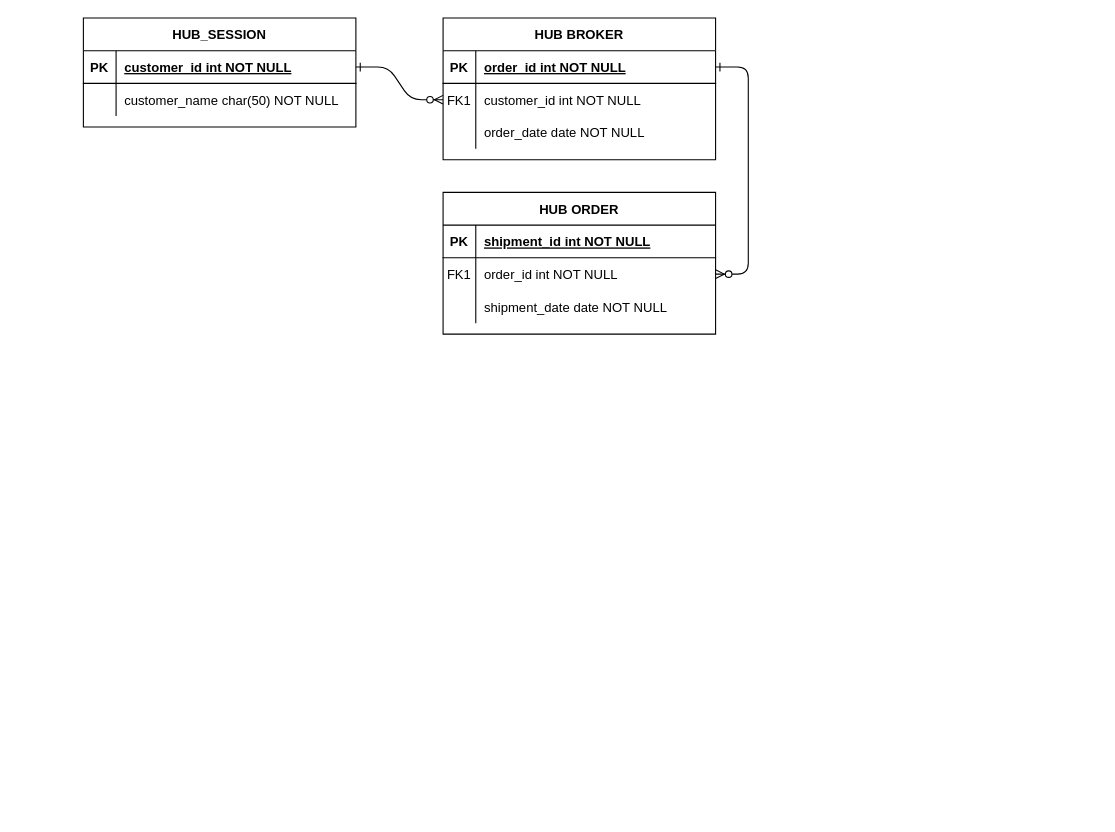
Before: docs/Untitled Diagram.drawio in cleancoder27/datavault, a draw.io diagram. Source tidied: cells renumbered, new cells numbered last; positions are measured from the earlier drawing's top-left corner, leaving out a move shared by most shapes. Both pictures are drawn from the tidied source at 109%, with x=0, y=0 at pixel (83, 17).
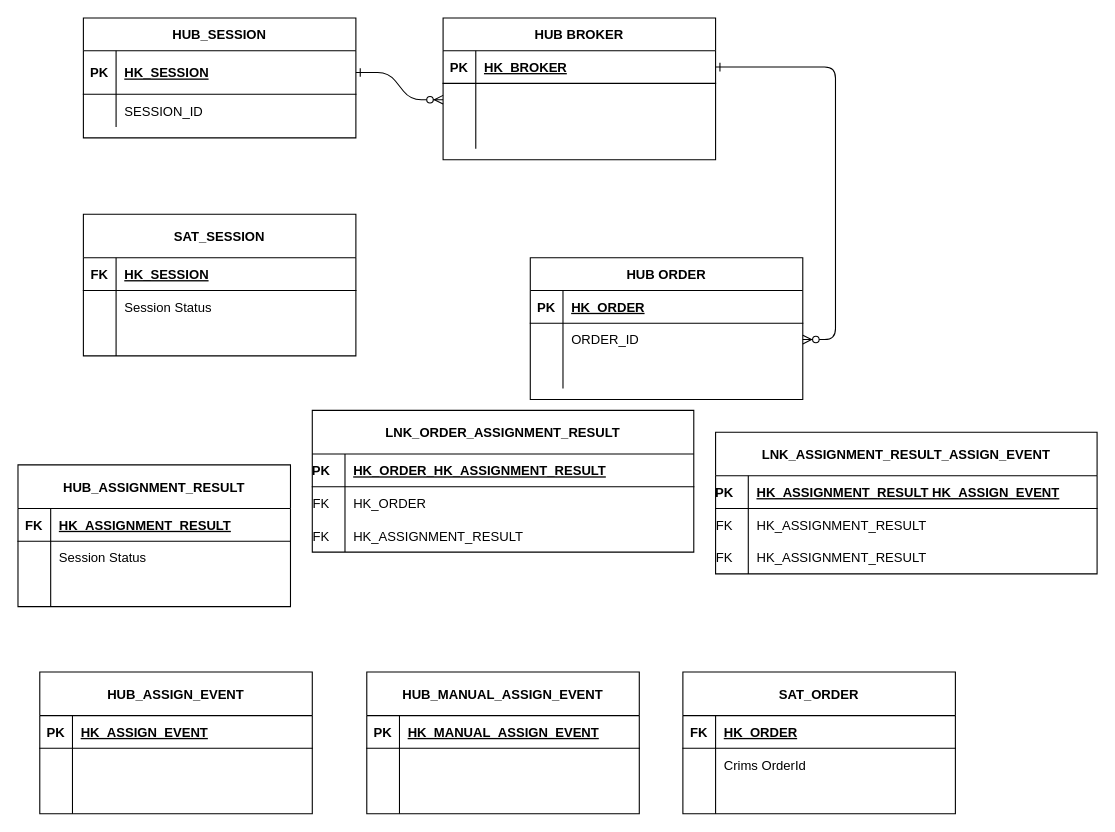
The same diagram, later.

The change refers to these unchanged cells:
```xml
<mxCell id="5" style="shape=partialRectangle;fillColor=none;points=[[0,0.5],[1,0.5]];portConstraint=eastwest;top=0;left=0;right=0;bottom=1;" parent="4" vertex="1">
  <mxGeometry y="30" width="250" height="30" as="geometry" />
</mxCell>
<mxCell id="8" style="shape=partialRectangle;fillColor=none;points=[[0,0.5],[1,0.5]];portConstraint=eastwest;top=0;left=0;right=0;bottom=0;" parent="4" vertex="1">
  <mxGeometry y="60" width="250" height="30" as="geometry" />
</mxCell>
<mxCell id="11" style="shape=partialRectangle;fillColor=none;top=0;left=0;right=0;bottom=0;" parent="4" vertex="1">
  <mxGeometry y="90" width="250" height="30" as="geometry" />
</mxCell>
<mxCell id="15" style="shape=partialRectangle;fillColor=none;top=0;left=0;right=0;bottom=1;" parent="14" vertex="1">
  <mxGeometry y="30" width="250" height="30" as="geometry" />
</mxCell>
<mxCell id="18" style="shape=partialRectangle;fillColor=none;points=[[0,0.5],[1,0.5]];portConstraint=eastwest;top=0;left=0;right=0;bottom=0;" parent="14" vertex="1">
  <mxGeometry y="60" width="250" height="30" as="geometry" />
</mxCell>
<mxCell id="21" style="shape=partialRectangle;fillColor=none;top=0;left=0;right=0;bottom=0;" parent="14" vertex="1">
  <mxGeometry y="90" width="250" height="30" as="geometry" />
</mxCell>
```

Diff of the diagram source:
```diff
@@
-    <mxCell id="7" value="order_id int NOT NULL " style="shape=partialRectangle;overflow=hidden;fillColor=none;top=0;left=0;bottom=0;right=0;align=left;spacingLeft=6;fontStyle=5;" parent="5" vertex="1">
+    <mxCell id="7" value="HK_BROKER" style="shape=partialRectangle;overflow=hidden;fillColor=none;top=0;left=0;bottom=0;right=0;align=left;spacingLeft=6;fontStyle=5;" parent="5" vertex="1">
       <mxGeometry x="30" width="220" height="30" as="geometry" />
     </mxCell>
@@
-    <mxCell id="9" value="FK1" style="shape=partialRectangle;overflow=hidden;fillColor=none;top=0;left=0;bottom=0;right=0;" parent="8" vertex="1">
+    <mxCell id="9" style="shape=partialRectangle;overflow=hidden;fillColor=none;top=0;left=0;bottom=0;right=0;" parent="8" vertex="1">
       <mxGeometry width="30" height="30" as="geometry" />
     </mxCell>
-    <mxCell id="10" value="customer_id int NOT NULL" style="shape=partialRectangle;overflow=hidden;fillColor=none;top=0;left=0;bottom=0;right=0;align=left;spacingLeft=6;" parent="8" vertex="1">
+    <mxCell id="10" style="shape=partialRectangle;overflow=hidden;fillColor=none;top=0;left=0;bottom=0;right=0;align=left;spacingLeft=6;" parent="8" vertex="1">
       <mxGeometry x="30" width="220" height="30" as="geometry" />
     </mxCell>
@@
-    <mxCell id="13" value="order_date date NOT NULL" style="shape=partialRectangle;overflow=hidden;fillColor=none;top=0;left=0;bottom=0;right=0;align=left;spacingLeft=6;" parent="11" vertex="1">
+    <mxCell id="13" style="shape=partialRectangle;overflow=hidden;fillColor=none;top=0;left=0;bottom=0;right=0;align=left;spacingLeft=6;" parent="11" vertex="1">
       <mxGeometry x="30" width="220" height="30" as="geometry" />
     </mxCell>
     <mxCell id="14" value="HUB ORDER" style="shape=table;startSize=30;childLayout=tableLayout;rowLines=0;fontStyle=1;align=center;" parent="1" vertex="1">
-      <mxGeometry x="330" y="160" width="250" height="130" as="geometry" />
+      <mxGeometry x="410" y="220" width="250" height="130" as="geometry" />
     </mxCell>
@@
-    <mxCell id="17" value="shipment_id int NOT NULL " style="shape=partialRectangle;overflow=hidden;fillColor=none;top=0;left=0;bottom=0;right=0;align=left;spacingLeft=6;fontStyle=5;" parent="15" vertex="1">
+    <mxCell id="17" value="HK_ORDER" style="shape=partialRectangle;overflow=hidden;fillColor=none;top=0;left=0;bottom=0;right=0;align=left;spacingLeft=6;fontStyle=5;" parent="15" vertex="1">
       <mxGeometry x="30" width="220" height="30" as="geometry" />
     </mxCell>
@@
-    <mxCell id="19" value="FK1" style="shape=partialRectangle;overflow=hidden;fillColor=none;top=0;left=0;bottom=0;right=0;" parent="18" vertex="1">
+    <mxCell id="19" style="shape=partialRectangle;overflow=hidden;fillColor=none;top=0;left=0;bottom=0;right=0;" parent="18" vertex="1">
       <mxGeometry width="30" height="30" as="geometry" />
     </mxCell>
-    <mxCell id="20" value="order_id int NOT NULL" style="shape=partialRectangle;overflow=hidden;fillColor=none;top=0;left=0;bottom=0;right=0;align=left;spacingLeft=6;" parent="18" vertex="1">
+    <mxCell id="20" value="ORDER_ID" style="shape=partialRectangle;overflow=hidden;fillColor=none;top=0;left=0;bottom=0;right=0;align=left;spacingLeft=6;" parent="18" vertex="1">
       <mxGeometry x="30" width="220" height="30" as="geometry" />
     </mxCell>
@@
-    <mxCell id="23" value="shipment_date date NOT NULL" style="shape=partialRectangle;overflow=hidden;fillColor=none;top=0;left=0;bottom=0;right=0;align=left;spacingLeft=6;" parent="21" vertex="1">
+    <mxCell id="23" style="shape=partialRectangle;overflow=hidden;fillColor=none;top=0;left=0;bottom=0;right=0;align=left;spacingLeft=6;" parent="21" vertex="1">
       <mxGeometry x="30" width="220" height="30" as="geometry" />
     </mxCell>
     <mxCell id="24" value="HUB_SESSION" style="shape=table;startSize=30;childLayout=tableLayout;rowLines=0;fontStyle=1;align=center;" parent="1" vertex="1">
-      <mxGeometry width="250" height="100" as="geometry" />
+      <mxGeometry width="250" height="110" as="geometry" />
     </mxCell>
     <mxCell id="25" style="shape=partialRectangle;fillColor=none;points=[[0,0.5],[1,0.5]];portConstraint=eastwest;top=0;left=0;right=0;bottom=1;" parent="24" vertex="1">
-      <mxGeometry y="30" width="250" height="30" as="geometry" />
+      <mxGeometry y="30" width="250" height="40" as="geometry" />
     </mxCell>
     <mxCell id="26" value="PK" style="shape=partialRectangle;overflow=hidden;fillColor=none;top=0;left=0;bottom=0;right=0;fontStyle=1;" parent="25" vertex="1">
-      <mxGeometry width="30" height="30" as="geometry" />
+      <mxGeometry width="30" height="40" as="geometry" />
     </mxCell>
-    <mxCell id="27" value="customer_id int NOT NULL " style="shape=partialRectangle;overflow=hidden;fillColor=none;top=0;left=0;bottom=0;right=0;align=left;spacingLeft=6;fontStyle=5;" parent="25" vertex="1">
-      <mxGeometry x="30" width="220" height="30" as="geometry" />
+    <mxCell id="27" value="HK_SESSION" style="shape=partialRectangle;overflow=hidden;fillColor=none;top=0;left=0;bottom=0;right=0;align=left;spacingLeft=6;fontStyle=5;" parent="25" vertex="1">
+      <mxGeometry x="30" width="220" height="40" as="geometry" />
     </mxCell>
     <mxCell id="28" style="shape=partialRectangle;fillColor=none;top=0;left=0;right=0;bottom=0;" parent="24" vertex="1">
-      <mxGeometry y="60" width="250" height="30" as="geometry" />
+      <mxGeometry y="70" width="250" height="30" as="geometry" />
     </mxCell>
@@
-    <mxCell id="30" value="customer_name char(50) NOT NULL" style="shape=partialRectangle;overflow=hidden;fillColor=none;top=0;left=0;bottom=0;right=0;align=left;spacingLeft=6;" parent="28" vertex="1">
+    <mxCell id="30" value="SESSION_ID" style="shape=partialRectangle;overflow=hidden;fillColor=none;top=0;left=0;bottom=0;right=0;align=left;spacingLeft=6;" parent="28" vertex="1">
       <mxGeometry x="30" width="220" height="30" as="geometry" />
     </mxCell>
+    <mxCell id="31" value="SAT_SESSION" style="shape=table;startSize=40;childLayout=tableLayout;rowLines=0;fontStyle=1;align=center;" parent="1" vertex="1">
+      <mxGeometry y="180" width="250" height="130" as="geometry" />
+    </mxCell>
+    <mxCell id="32" style="shape=partialRectangle;fillColor=none;top=0;left=0;right=0;bottom=1;" parent="31" vertex="1">
+      <mxGeometry y="40" width="250" height="30" as="geometry" />
+    </mxCell>
+    <mxCell id="33" value="FK" style="shape=partialRectangle;overflow=hidden;fillColor=none;top=0;left=0;bottom=0;right=0;fontStyle=1;" parent="32" vertex="1">
+      <mxGeometry width="30" height="30" as="geometry" />
+    </mxCell>
+    <mxCell id="34" value="HK_SESSION" style="shape=partialRectangle;overflow=hidden;fillColor=none;top=0;left=0;bottom=0;right=0;align=left;spacingLeft=6;fontStyle=5;" parent="32" vertex="1">
+      <mxGeometry x="30" width="220" height="30" as="geometry" />
+    </mxCell>
+    <mxCell id="35" style="shape=partialRectangle;fillColor=none;top=0;left=0;right=0;bottom=0;" parent="31" vertex="1">
+      <mxGeometry y="70" width="250" height="30" as="geometry" />
+    </mxCell>
+    <mxCell id="36" style="shape=partialRectangle;overflow=hidden;fillColor=none;top=0;left=0;bottom=0;right=0;" parent="35" vertex="1">
+      <mxGeometry width="30" height="30" as="geometry" />
+    </mxCell>
+    <mxCell id="37" value="Session Status" style="shape=partialRectangle;overflow=hidden;fillColor=none;top=0;left=0;bottom=0;right=0;align=left;spacingLeft=6;" parent="35" vertex="1">
+      <mxGeometry x="30" width="220" height="30" as="geometry" />
+    </mxCell>
+    <mxCell id="38" style="shape=partialRectangle;fillColor=none;top=0;left=0;right=0;bottom=0;" parent="31" vertex="1">
+      <mxGeometry y="100" width="250" height="30" as="geometry" />
+    </mxCell>
+    <mxCell id="39" style="shape=partialRectangle;overflow=hidden;fillColor=none;top=0;left=0;bottom=0;right=0;" parent="38" vertex="1">
+      <mxGeometry width="30" height="30" as="geometry" />
+    </mxCell>
+    <mxCell id="40" style="shape=partialRectangle;overflow=hidden;fillColor=none;top=0;left=0;bottom=0;right=0;align=left;spacingLeft=6;" parent="38" vertex="1">
+      <mxGeometry x="30" width="220" height="30" as="geometry" />
+    </mxCell>
+    <mxCell id="41" value="SAT_ORDER" style="shape=table;startSize=40;childLayout=tableLayout;rowLines=0;fontStyle=1;align=center;" parent="1" vertex="1">
+      <mxGeometry x="550" y="600" width="250" height="130" as="geometry" />
+    </mxCell>
+    <mxCell id="42" style="shape=partialRectangle;fillColor=none;top=0;left=0;right=0;bottom=1;" parent="41" vertex="1">
+      <mxGeometry y="40" width="250" height="30" as="geometry" />
+    </mxCell>
+    <mxCell id="43" value="FK" style="shape=partialRectangle;overflow=hidden;fillColor=none;top=0;left=0;bottom=0;right=0;fontStyle=1;" parent="42" vertex="1">
+      <mxGeometry width="30" height="30" as="geometry" />
+    </mxCell>
+    <mxCell id="44" value="HK_ORDER" style="shape=partialRectangle;overflow=hidden;fillColor=none;top=0;left=0;bottom=0;right=0;align=left;spacingLeft=6;fontStyle=5;" parent="42" vertex="1">
+      <mxGeometry x="30" width="220" height="30" as="geometry" />
+    </mxCell>
+    <mxCell id="45" style="shape=partialRectangle;fillColor=none;top=0;left=0;right=0;bottom=0;" parent="41" vertex="1">
+      <mxGeometry y="70" width="250" height="30" as="geometry" />
+    </mxCell>
+    <mxCell id="46" style="shape=partialRectangle;overflow=hidden;fillColor=none;top=0;left=0;bottom=0;right=0;" parent="45" vertex="1">
+      <mxGeometry width="30" height="30" as="geometry" />
+    </mxCell>
+    <mxCell id="47" value="Crims OrderId" style="shape=partialRectangle;overflow=hidden;fillColor=none;top=0;left=0;bottom=0;right=0;align=left;spacingLeft=6;" parent="45" vertex="1">
+      <mxGeometry x="30" width="220" height="30" as="geometry" />
+    </mxCell>
+    <mxCell id="48" style="shape=partialRectangle;fillColor=none;top=0;left=0;right=0;bottom=0;" parent="41" vertex="1">
+      <mxGeometry y="100" width="250" height="30" as="geometry" />
+    </mxCell>
+    <mxCell id="49" style="shape=partialRectangle;overflow=hidden;fillColor=none;top=0;left=0;bottom=0;right=0;" parent="48" vertex="1">
+      <mxGeometry width="30" height="30" as="geometry" />
+    </mxCell>
+    <mxCell id="50" style="shape=partialRectangle;overflow=hidden;fillColor=none;top=0;left=0;bottom=0;right=0;align=left;spacingLeft=6;" parent="48" vertex="1">
+      <mxGeometry x="30" width="220" height="30" as="geometry" />
+    </mxCell>
+    <mxCell id="51" value="HUB_ASSIGNMENT_RESULT" style="shape=table;startSize=40;childLayout=tableLayout;rowLines=0;fontStyle=1;align=center;" parent="1" vertex="1">
+      <mxGeometry x="-60" y="410" width="250" height="130" as="geometry" />
+    </mxCell>
+    <mxCell id="52" style="shape=partialRectangle;fillColor=none;top=0;left=0;right=0;bottom=1;" parent="51" vertex="1">
+      <mxGeometry y="40" width="250" height="30" as="geometry" />
+    </mxCell>
+    <mxCell id="53" value="FK" style="shape=partialRectangle;overflow=hidden;fillColor=none;top=0;left=0;bottom=0;right=0;fontStyle=1;" parent="52" vertex="1">
+      <mxGeometry width="30" height="30" as="geometry" />
+    </mxCell>
+    <mxCell id="54" value="HK_ASSIGNMENT_RESULT" style="shape=partialRectangle;overflow=hidden;fillColor=none;top=0;left=0;bottom=0;right=0;align=left;spacingLeft=6;fontStyle=5;" parent="52" vertex="1">
+      <mxGeometry x="30" width="220" height="30" as="geometry" />
+    </mxCell>
+    <mxCell id="55" style="shape=partialRectangle;fillColor=none;top=0;left=0;right=0;bottom=0;" parent="51" vertex="1">
+      <mxGeometry y="70" width="250" height="30" as="geometry" />
+    </mxCell>
+    <mxCell id="56" style="shape=partialRectangle;overflow=hidden;fillColor=none;top=0;left=0;bottom=0;right=0;" parent="55" vertex="1">
+      <mxGeometry width="30" height="30" as="geometry" />
+    </mxCell>
+    <mxCell id="57" value="Session Status" style="shape=partialRectangle;overflow=hidden;fillColor=none;top=0;left=0;bottom=0;right=0;align=left;spacingLeft=6;" parent="55" vertex="1">
+      <mxGeometry x="30" width="220" height="30" as="geometry" />
+    </mxCell>
+    <mxCell id="58" style="shape=partialRectangle;fillColor=none;top=0;left=0;right=0;bottom=0;" parent="51" vertex="1">
+      <mxGeometry y="100" width="250" height="30" as="geometry" />
+    </mxCell>
+    <mxCell id="59" style="shape=partialRectangle;overflow=hidden;fillColor=none;top=0;left=0;bottom=0;right=0;" parent="58" vertex="1">
+      <mxGeometry width="30" height="30" as="geometry" />
+    </mxCell>
+    <mxCell id="60" style="shape=partialRectangle;overflow=hidden;fillColor=none;top=0;left=0;bottom=0;right=0;align=left;spacingLeft=6;" parent="58" vertex="1">
+      <mxGeometry x="30" width="220" height="30" as="geometry" />
+    </mxCell>
+    <mxCell id="61" value="HUB_ASSIGN_EVENT" style="shape=table;startSize=40;childLayout=tableLayout;rowLines=0;fontStyle=1;align=center;" parent="1" vertex="1">
+      <mxGeometry x="-40" y="600" width="250" height="130" as="geometry" />
+    </mxCell>
+    <mxCell id="62" style="shape=partialRectangle;fillColor=none;top=0;left=0;right=0;bottom=1;" parent="61" vertex="1">
+      <mxGeometry y="40" width="250" height="30" as="geometry" />
+    </mxCell>
+    <mxCell id="63" value="PK" style="shape=partialRectangle;overflow=hidden;fillColor=none;top=0;left=0;bottom=0;right=0;fontStyle=1;" parent="62" vertex="1">
+      <mxGeometry width="30" height="30" as="geometry" />
+    </mxCell>
+    <mxCell id="64" value="HK_ASSIGN_EVENT" style="shape=partialRectangle;overflow=hidden;fillColor=none;top=0;left=0;bottom=0;right=0;align=left;spacingLeft=6;fontStyle=5;" parent="62" vertex="1">
+      <mxGeometry x="30" width="220" height="30" as="geometry" />
+    </mxCell>
+    <mxCell id="65" style="shape=partialRectangle;fillColor=none;top=0;left=0;right=0;bottom=0;" parent="61" vertex="1">
+      <mxGeometry y="70" width="250" height="30" as="geometry" />
+    </mxCell>
+    <mxCell id="66" style="shape=partialRectangle;overflow=hidden;fillColor=none;top=0;left=0;bottom=0;right=0;" parent="65" vertex="1">
+      <mxGeometry width="30" height="30" as="geometry" />
+    </mxCell>
+    <mxCell id="67" style="shape=partialRectangle;overflow=hidden;fillColor=none;top=0;left=0;bottom=0;right=0;align=left;spacingLeft=6;" parent="65" vertex="1">
+      <mxGeometry x="30" width="220" height="30" as="geometry" />
+    </mxCell>
+    <mxCell id="68" style="shape=partialRectangle;fillColor=none;top=0;left=0;right=0;bottom=0;" parent="61" vertex="1">
+      <mxGeometry y="100" width="250" height="30" as="geometry" />
+    </mxCell>
+    <mxCell id="69" style="shape=partialRectangle;overflow=hidden;fillColor=none;top=0;left=0;bottom=0;right=0;" parent="68" vertex="1">
+      <mxGeometry width="30" height="30" as="geometry" />
+    </mxCell>
+    <mxCell id="70" style="shape=partialRectangle;overflow=hidden;fillColor=none;top=0;left=0;bottom=0;right=0;align=left;spacingLeft=6;" parent="68" vertex="1">
+      <mxGeometry x="30" width="220" height="30" as="geometry" />
+    </mxCell>
+    <mxCell id="71" value="HUB_MANUAL_ASSIGN_EVENT" style="shape=table;startSize=40;childLayout=tableLayout;rowLines=0;fontStyle=1;align=center;" parent="1" vertex="1">
+      <mxGeometry x="260" y="600" width="250" height="130" as="geometry" />
+    </mxCell>
+    <mxCell id="72" style="shape=partialRectangle;fillColor=none;top=0;left=0;right=0;bottom=1;" parent="71" vertex="1">
+      <mxGeometry y="40" width="250" height="30" as="geometry" />
+    </mxCell>
+    <mxCell id="73" value="PK" style="shape=partialRectangle;overflow=hidden;fillColor=none;top=0;left=0;bottom=0;right=0;fontStyle=1;" parent="72" vertex="1">
+      <mxGeometry width="30" height="30" as="geometry" />
+    </mxCell>
+    <mxCell id="74" value="HK_MANUAL_ASSIGN_EVENT" style="shape=partialRectangle;overflow=hidden;fillColor=none;top=0;left=0;bottom=0;right=0;align=left;spacingLeft=6;fontStyle=5;" parent="72" vertex="1">
+      <mxGeometry x="30" width="220" height="30" as="geometry" />
+    </mxCell>
+    <mxCell id="75" style="shape=partialRectangle;fillColor=none;top=0;left=0;right=0;bottom=0;" parent="71" vertex="1">
+      <mxGeometry y="70" width="250" height="30" as="geometry" />
+    </mxCell>
+    <mxCell id="76" style="shape=partialRectangle;overflow=hidden;fillColor=none;top=0;left=0;bottom=0;right=0;" parent="75" vertex="1">
+      <mxGeometry width="30" height="30" as="geometry" />
+    </mxCell>
+    <mxCell id="77" style="shape=partialRectangle;overflow=hidden;fillColor=none;top=0;left=0;bottom=0;right=0;align=left;spacingLeft=6;" parent="75" vertex="1">
+      <mxGeometry x="30" width="220" height="30" as="geometry" />
+    </mxCell>
+    <mxCell id="78" style="shape=partialRectangle;fillColor=none;top=0;left=0;right=0;bottom=0;" parent="71" vertex="1">
+      <mxGeometry y="100" width="250" height="30" as="geometry" />
+    </mxCell>
+    <mxCell id="79" style="shape=partialRectangle;overflow=hidden;fillColor=none;top=0;left=0;bottom=0;right=0;" parent="78" vertex="1">
+      <mxGeometry width="30" height="30" as="geometry" />
+    </mxCell>
+    <mxCell id="80" style="shape=partialRectangle;overflow=hidden;fillColor=none;top=0;left=0;bottom=0;right=0;align=left;spacingLeft=6;" parent="78" vertex="1">
+      <mxGeometry x="30" width="220" height="30" as="geometry" />
+    </mxCell>
+    <mxCell id="81" value="LNK_ORDER_ASSIGNMENT_RESULT" style="shape=table;startSize=40;childLayout=tableLayout;rowLines=0;fontStyle=1;align=center;" parent="1" vertex="1">
+      <mxGeometry x="210" y="360" width="350" height="130" as="geometry" />
+    </mxCell>
+    <mxCell id="82" style="shape=partialRectangle;fillColor=none;top=0;left=0;right=0;bottom=1;" parent="81" vertex="1">
+      <mxGeometry y="40" width="350" height="30" as="geometry" />
+    </mxCell>
+    <mxCell id="83" value="PK    " style="shape=partialRectangle;overflow=hidden;fillColor=none;top=0;left=0;bottom=0;right=0;fontStyle=1;" parent="82" vertex="1">
+      <mxGeometry width="30" height="30" as="geometry" />
+    </mxCell>
+    <mxCell id="84" value="HK_ORDER_HK_ASSIGNMENT_RESULT" style="shape=partialRectangle;overflow=hidden;fillColor=none;top=0;left=0;bottom=0;right=0;align=left;spacingLeft=6;fontStyle=5;" parent="82" vertex="1">
+      <mxGeometry x="30" width="320" height="30" as="geometry" />
+    </mxCell>
+    <mxCell id="85" style="shape=partialRectangle;fillColor=none;top=0;left=0;right=0;bottom=0;" parent="81" vertex="1">
+      <mxGeometry y="70" width="350" height="30" as="geometry" />
+    </mxCell>
+    <mxCell id="86" value="FK    " style="shape=partialRectangle;overflow=hidden;fillColor=none;top=0;left=0;bottom=0;right=0;" parent="85" vertex="1">
+      <mxGeometry width="30" height="30" as="geometry" />
+    </mxCell>
+    <mxCell id="87" value="HK_ORDER" style="shape=partialRectangle;overflow=hidden;fillColor=none;top=0;left=0;bottom=0;right=0;align=left;spacingLeft=6;" parent="85" vertex="1">
+      <mxGeometry x="30" width="320" height="30" as="geometry" />
+    </mxCell>
+    <mxCell id="88" style="shape=partialRectangle;fillColor=none;top=0;left=0;right=0;bottom=0;" parent="81" vertex="1">
+      <mxGeometry y="100" width="350" height="30" as="geometry" />
+    </mxCell>
+    <mxCell id="89" value="FK    " style="shape=partialRectangle;overflow=hidden;fillColor=none;top=0;left=0;bottom=0;right=0;" parent="88" vertex="1">
+      <mxGeometry width="30" height="30" as="geometry" />
+    </mxCell>
+    <mxCell id="90" value="HK_ASSIGNMENT_RESULT" style="shape=partialRectangle;overflow=hidden;fillColor=none;top=0;left=0;bottom=0;right=0;align=left;spacingLeft=6;" parent="88" vertex="1">
+      <mxGeometry x="30" width="320" height="30" as="geometry" />
+    </mxCell>
+    <mxCell id="91" value="LNK_ASSIGNMENT_RESULT_ASSIGN_EVENT" style="shape=table;startSize=40;childLayout=tableLayout;rowLines=0;fontStyle=1;align=center;" parent="1" vertex="1">
+      <mxGeometry x="580" y="380" width="350" height="130" as="geometry" />
+    </mxCell>
+    <mxCell id="92" style="shape=partialRectangle;fillColor=none;top=0;left=0;right=0;bottom=1;" parent="91" vertex="1">
+      <mxGeometry y="40" width="350" height="30" as="geometry" />
+    </mxCell>
+    <mxCell id="93" value="PK    " style="shape=partialRectangle;overflow=hidden;fillColor=none;top=0;left=0;bottom=0;right=0;fontStyle=1;" parent="92" vertex="1">
+      <mxGeometry width="30" height="30" as="geometry" />
+    </mxCell>
+    <mxCell id="94" value="HK_ASSIGNMENT_RESULT HK_ASSIGN_EVENT" style="shape=partialRectangle;overflow=hidden;fillColor=none;top=0;left=0;bottom=0;right=0;align=left;spacingLeft=6;fontStyle=5;" parent="92" vertex="1">
+      <mxGeometry x="30" width="320" height="30" as="geometry" />
+    </mxCell>
+    <mxCell id="95" style="shape=partialRectangle;fillColor=none;top=0;left=0;right=0;bottom=0;" parent="91" vertex="1">
+      <mxGeometry y="70" width="350" height="30" as="geometry" />
+    </mxCell>
+    <mxCell id="96" value="FK    " style="shape=partialRectangle;overflow=hidden;fillColor=none;top=0;left=0;bottom=0;right=0;" parent="95" vertex="1">
+      <mxGeometry width="30" height="30" as="geometry" />
+    </mxCell>
+    <mxCell id="97" value="HK_ASSIGNMENT_RESULT" style="shape=partialRectangle;overflow=hidden;fillColor=none;top=0;left=0;bottom=0;right=0;align=left;spacingLeft=6;" parent="95" vertex="1">
+      <mxGeometry x="30" width="320" height="30" as="geometry" />
+    </mxCell>
+    <mxCell id="98" style="shape=partialRectangle;fillColor=none;top=0;left=0;right=0;bottom=0;" parent="91" vertex="1">
+      <mxGeometry y="100" width="350" height="30" as="geometry" />
+    </mxCell>
+    <mxCell id="99" value="FK    " style="shape=partialRectangle;overflow=hidden;fillColor=none;top=0;left=0;bottom=0;right=0;" parent="98" vertex="1">
+      <mxGeometry width="30" height="30" as="geometry" />
+    </mxCell>
+    <mxCell id="100" value="HK_ASSIGNMENT_RESULT" style="shape=partialRectangle;overflow=hidden;fillColor=none;top=0;left=0;bottom=0;right=0;align=left;spacingLeft=6;" parent="98" vertex="1">
+      <mxGeometry x="30" width="320" height="30" as="geometry" />
+    </mxCell>
```
